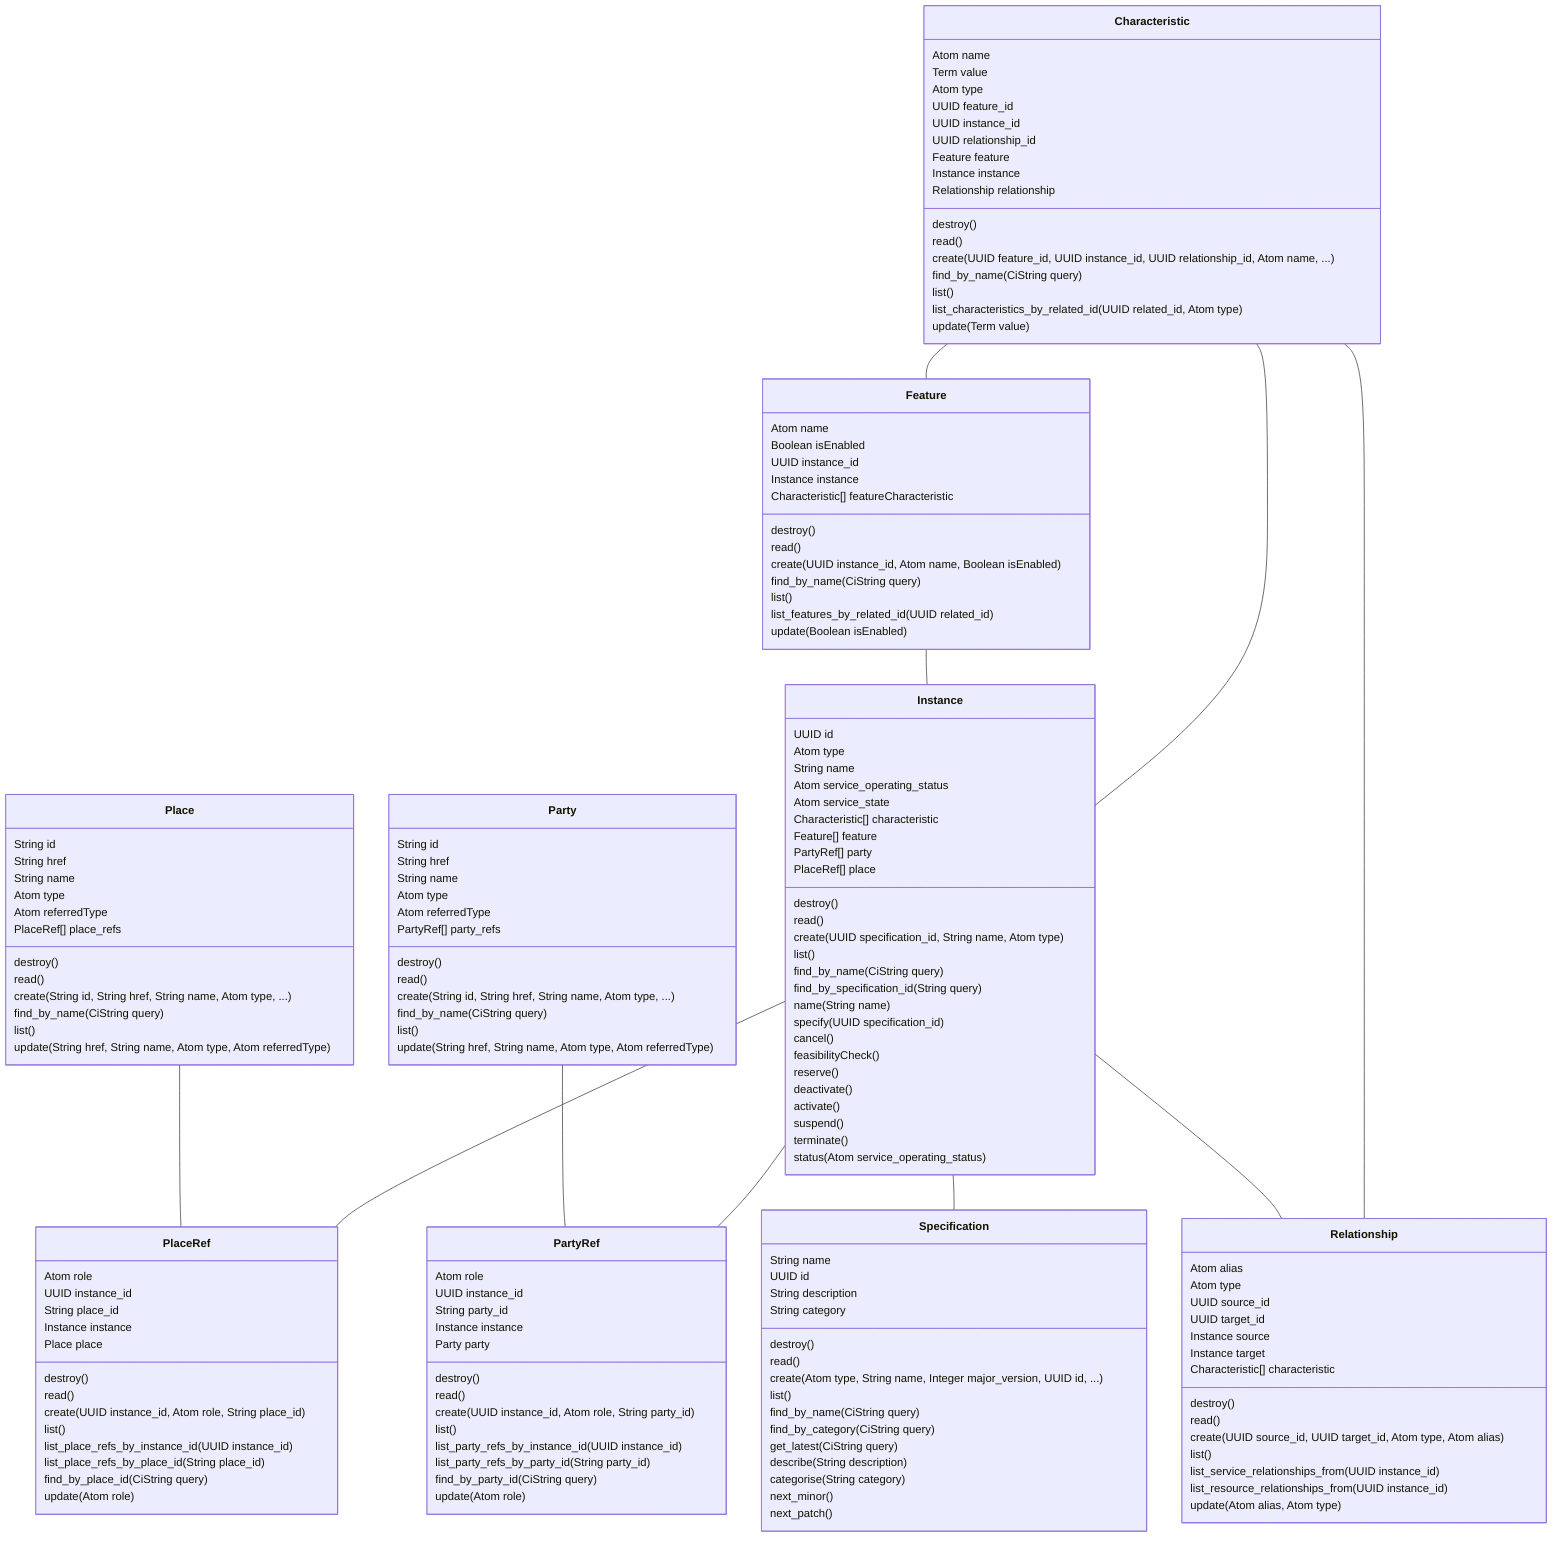
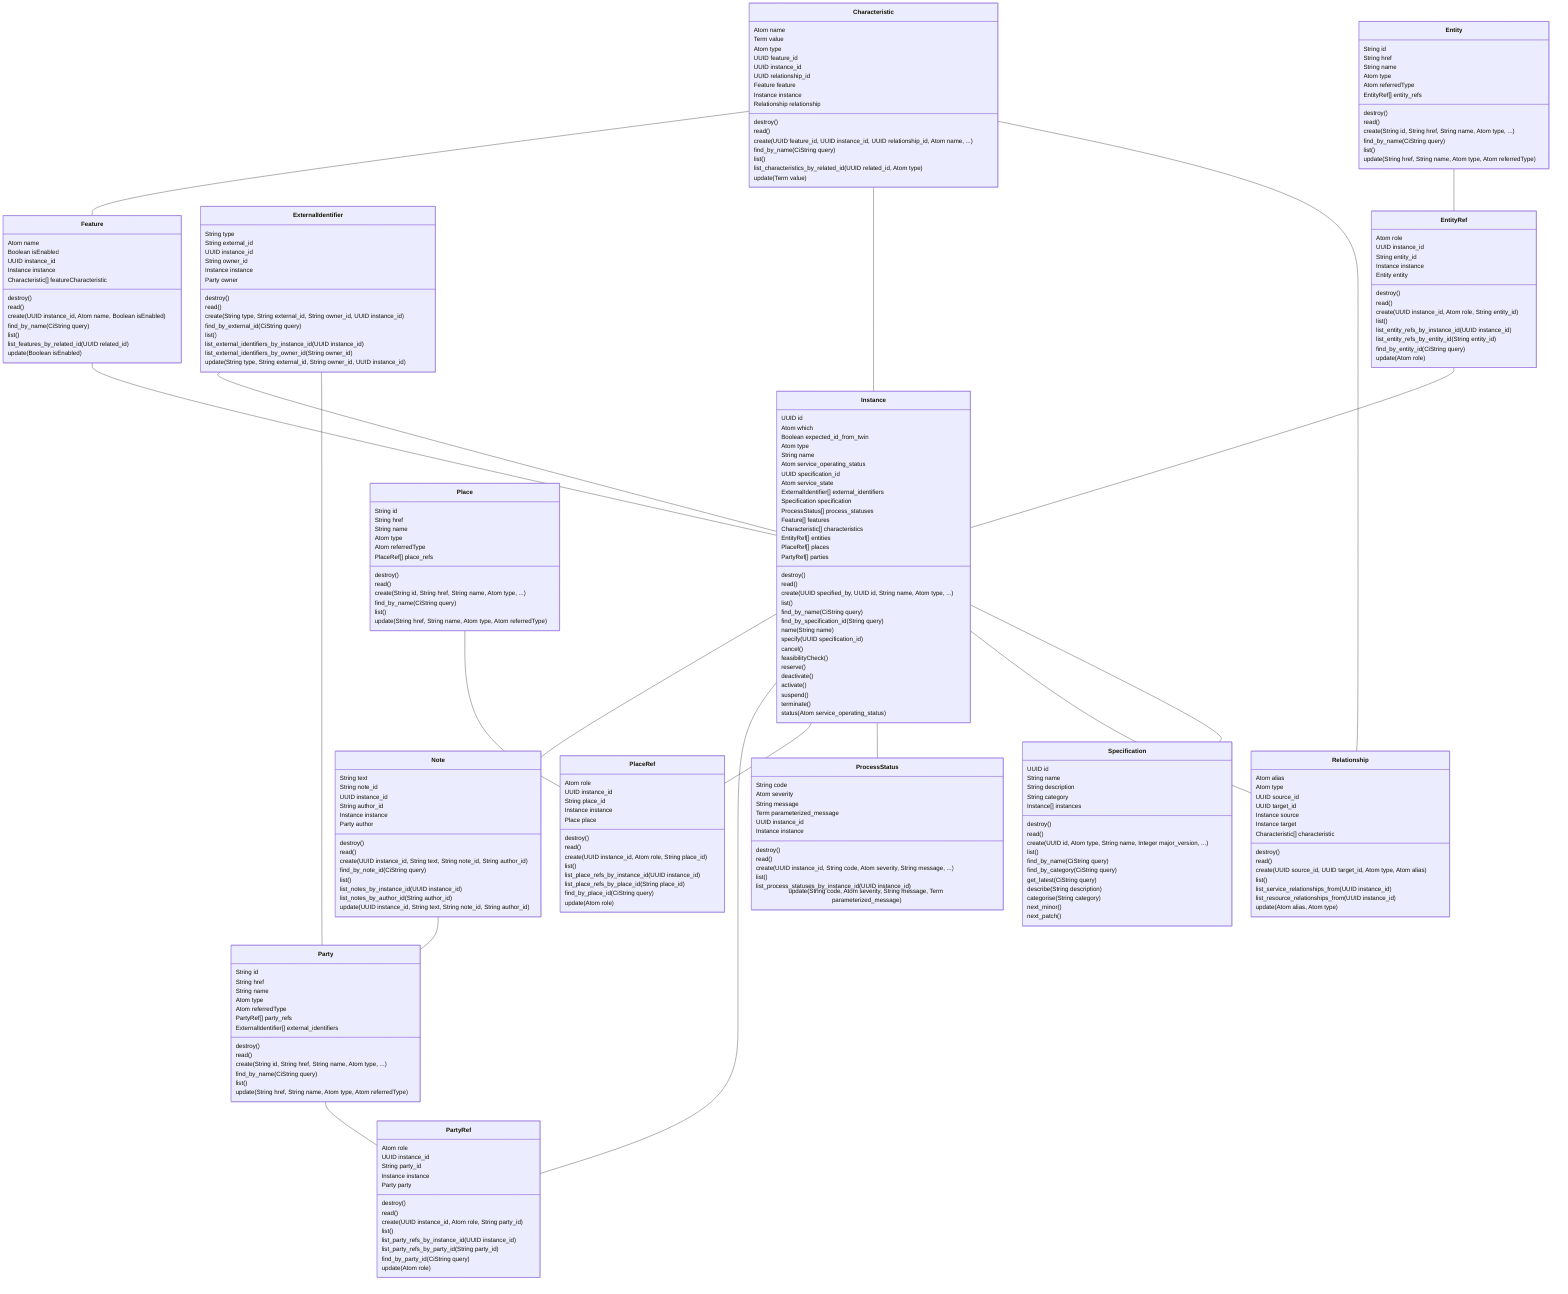
classDiagram
    class Specification {
-         String name
        UUID id
+         String name
        String description
        String category
-         destroy()
-         read()
-         create(Atom type, String name, Integer major_version, UUID id, ...)
+         Instance[] instances
+         destroy()
+         read()
+         create(UUID id, Atom type, String name, Integer major_version, ...)
        list()
        find_by_name(CiString query)
        find_by_category(CiString query)
        get_latest(CiString query)
        describe(String description)
        categorise(String category)
        next_minor()
        next_patch()
    }
    class Instance {
        UUID id
+         Atom which
+         Boolean expected_id_from_twin
        Atom type
        String name
        Atom service_operating_status
+         UUID specification_id
        Atom service_state
-         Characteristic[] characteristic
-         Feature[] feature
-         PartyRef[] party
-         PlaceRef[] place
-         destroy()
-         read()
-         create(UUID specification_id, String name, Atom type)
+         ExternalIdentifier[] external_identifiers
+         Specification specification
+         ProcessStatus[] process_statuses
+         Feature[] features
+         Characteristic[] characteristics
+         EntityRef[] entities
+         PlaceRef[] places
+         PartyRef[] parties
+         destroy()
+         read()
+         create(UUID specified_by, UUID id, String name, Atom type, ...)
        list()
        find_by_name(CiString query)
        find_by_specification_id(String query)
        name(String name)
        specify(UUID specification_id)
        cancel()
        feasibilityCheck()
        reserve()
        deactivate()
        activate()
        suspend()
        terminate()
        status(Atom service_operating_status)
    }
    class Relationship {
        Atom alias
        Atom type
        UUID source_id
        UUID target_id
        Instance source
        Instance target
        Characteristic[] characteristic
        destroy()
        read()
        create(UUID source_id, UUID target_id, Atom type, Atom alias)
        list()
        list_service_relationships_from(UUID instance_id)
        list_resource_relationships_from(UUID instance_id)
        update(Atom alias, Atom type)
    }
    class Characteristic {
        Atom name
        Term value
        Atom type
        UUID feature_id
        UUID instance_id
        UUID relationship_id
        Feature feature
        Instance instance
        Relationship relationship
        destroy()
        read()
        create(UUID feature_id, UUID instance_id, UUID relationship_id, Atom name, ...)
        find_by_name(CiString query)
        list()
        list_characteristics_by_related_id(UUID related_id, Atom type)
        update(Term value)
    }
    class Feature {
        Atom name
        Boolean isEnabled
        UUID instance_id
        Instance instance
        Characteristic[] featureCharacteristic
        destroy()
        read()
        create(UUID instance_id, Atom name, Boolean isEnabled)
        find_by_name(CiString query)
        list()
        list_features_by_related_id(UUID related_id)
        update(Boolean isEnabled)
    }
    class Place {
        String id
        String href
        String name
        Atom type
        Atom referredType
        PlaceRef[] place_refs
        destroy()
        read()
        create(String id, String href, String name, Atom type, ...)
        find_by_name(CiString query)
        list()
        update(String href, String name, Atom type, Atom referredType)
    }
    class PlaceRef {
        Atom role
        UUID instance_id
        String place_id
        Instance instance
        Place place
        destroy()
        read()
        create(UUID instance_id, Atom role, String place_id)
        list()
        list_place_refs_by_instance_id(UUID instance_id)
        list_place_refs_by_place_id(String place_id)
        find_by_place_id(CiString query)
        update(Atom role)
    }
    class Party {
        String id
        String href
        String name
        Atom type
        Atom referredType
        PartyRef[] party_refs
+         ExternalIdentifier[] external_identifiers
        destroy()
        read()
        create(String id, String href, String name, Atom type, ...)
        find_by_name(CiString query)
        list()
        update(String href, String name, Atom type, Atom referredType)
    }
    class PartyRef {
        Atom role
        UUID instance_id
        String party_id
        Instance instance
        Party party
        destroy()
        read()
        create(UUID instance_id, Atom role, String party_id)
        list()
        list_party_refs_by_instance_id(UUID instance_id)
        list_party_refs_by_party_id(String party_id)
        find_by_party_id(CiString query)
        update(Atom role)
    }
+     class ExternalIdentifier {
+         String type
+         String external_id
+         UUID instance_id
+         String owner_id
+         Instance instance
+         Party owner
+         destroy()
+         read()
+         create(String type, String external_id, String owner_id, UUID instance_id)
+         find_by_external_id(CiString query)
+         list()
+         list_external_identifiers_by_instance_id(UUID instance_id)
+         list_external_identifiers_by_owner_id(String owner_id)
+         update(String type, String external_id, String owner_id, UUID instance_id)
+     }
+     class ProcessStatus {
+         String code
+         Atom severity
+         String message
+         Term parameterized_message
+         UUID instance_id
+         Instance instance
+         destroy()
+         read()
+         create(UUID instance_id, String code, Atom severity, String message, ...)
+         list()
+         list_process_statuses_by_instance_id(UUID instance_id)
+         update(String code, Atom severity, String message, Term parameterized_message)
+     }
+     class Note {
+         String text
+         String note_id
+         UUID instance_id
+         String author_id
+         Instance instance
+         Party author
+         destroy()
+         read()
+         create(UUID instance_id, String text, String note_id, String author_id)
+         find_by_note_id(CiString query)
+         list()
+         list_notes_by_instance_id(UUID instance_id)
+         list_notes_by_author_id(String author_id)
+         update(UUID instance_id, String text, String note_id, String author_id)
+     }
+     class Entity {
+         String id
+         String href
+         String name
+         Atom type
+         Atom referredType
+         EntityRef[] entity_refs
+         destroy()
+         read()
+         create(String id, String href, String name, Atom type, ...)
+         find_by_name(CiString query)
+         list()
+         update(String href, String name, Atom type, Atom referredType)
+     }
+     class EntityRef {
+         Atom role
+         UUID instance_id
+         String entity_id
+         Instance instance
+         Entity entity
+         destroy()
+         read()
+         create(UUID instance_id, Atom role, String entity_id)
+         list()
+         list_entity_refs_by_instance_id(UUID instance_id)
+         list_entity_refs_by_entity_id(String entity_id)
+         find_by_entity_id(CiString query)
+         update(Atom role)
+     }

    Characteristic -- Feature
    Characteristic -- Instance
    Characteristic -- Relationship
+     Entity -- EntityRef
+     EntityRef -- Instance
+     ExternalIdentifier -- Instance
+     ExternalIdentifier -- Party
    Feature -- Instance
+     Instance -- Note
    Instance -- PartyRef
    Instance -- PlaceRef
+     Instance -- ProcessStatus
    Instance -- Relationship
    Instance -- Specification
+     Note -- Party
    Party -- PartyRef
    Place -- PlaceRef
